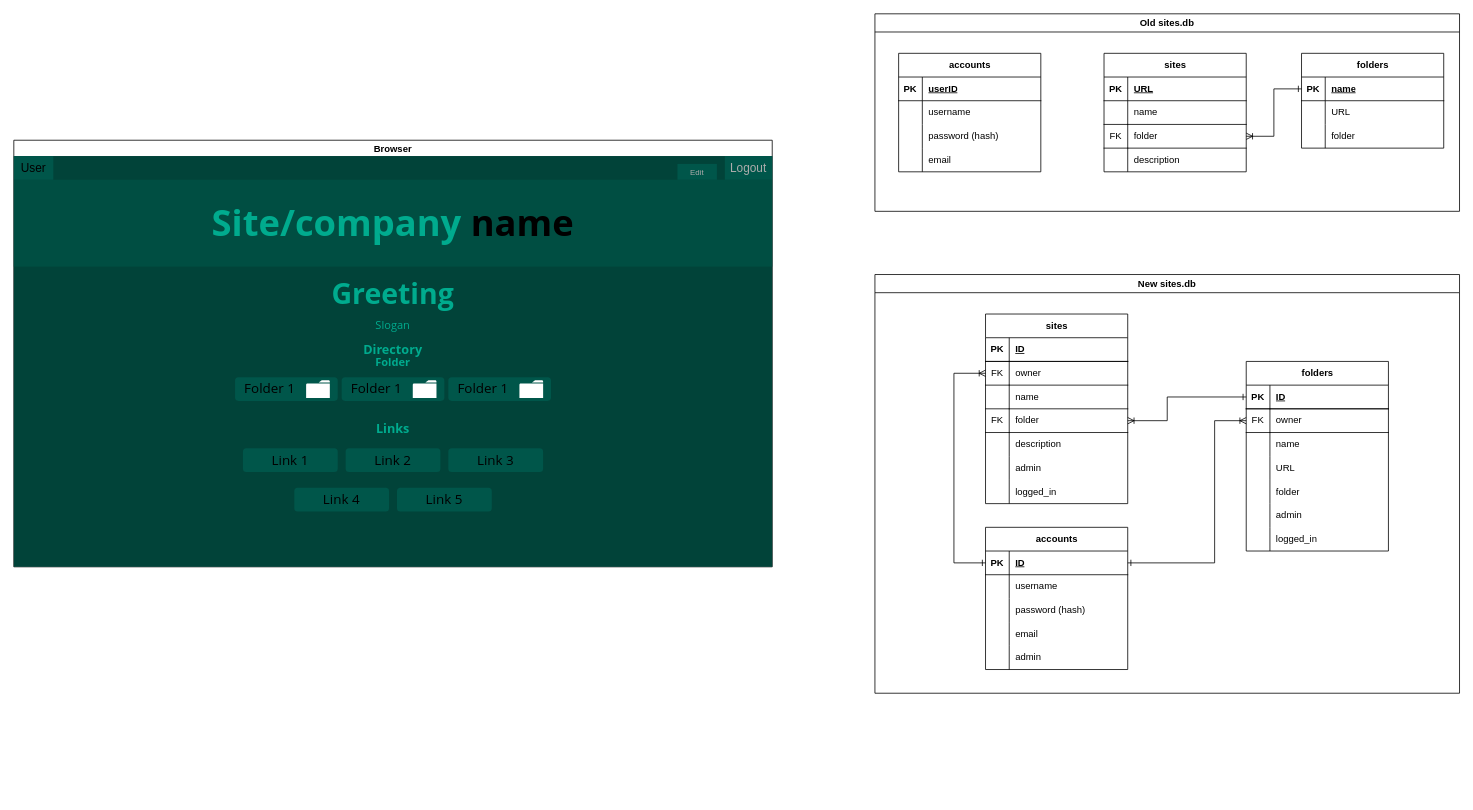
Apple-tree-creator/BHS-Student_Portal-Flask_DB keeps this draw.io diagram as Database Structure.drawio. Above is the earlier version. Source tidied: cells renumbered, new cells numbered last; positions are measured from the earlier drawing's top-left corner, leaving out a move shared by most shapes. Both pictures are drawn from the tidied source at 79%, with x=0, y=0 at pixel (13, 13).
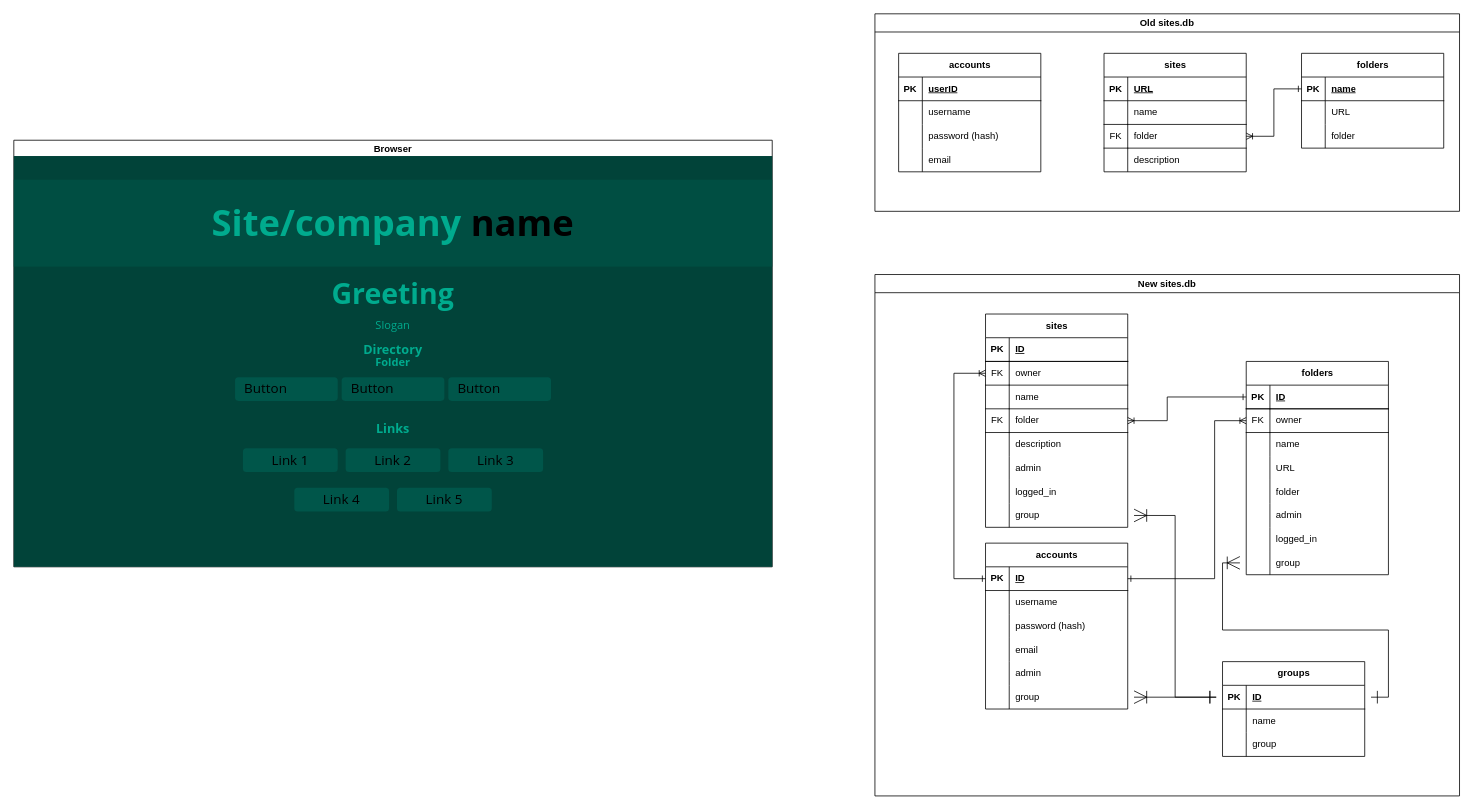
The same diagram, later.

Commit message:
Added groups to planning

The change refers to these unchanged cells:
```xml
<mxCell id="42" style="shape=tableRow;horizontal=0;startSize=0;swimlaneHead=0;swimlaneBody=0;fillColor=none;points=[[0,0.5],[1,0.5]];portConstraint=eastwest;top=0;left=0;right=0;bottom=1;" parent="41" vertex="1">
  <mxGeometry y="30" width="180" height="30" as="geometry" />
</mxCell>
<mxCell id="61" style="shape=tableRow;horizontal=0;startSize=0;swimlaneHead=0;swimlaneBody=0;fillColor=none;points=[[0,0.5],[1,0.5]];portConstraint=eastwest;top=0;left=0;right=0;bottom=0;" parent="57" vertex="1">
  <mxGeometry y="60" width="180" height="30" as="geometry" />
</mxCell>
<mxCell id="83" style="shape=tableRow;horizontal=0;startSize=0;swimlaneHead=0;swimlaneBody=0;fillColor=none;points=[[0,0.5],[1,0.5]];portConstraint=eastwest;top=0;left=0;right=0;bottom=0;" parent="79" vertex="1">
  <mxGeometry y="60" width="180" height="30" as="geometry" />
</mxCell>
<mxCell id="104" value="Browser" style="swimlane;whiteSpace=wrap;html=1;" parent="1" vertex="1">
  <mxGeometry y="160" width="960" height="540" as="geometry" />
</mxCell>
```

What changed in the source:
```diff
@@
     <mxCell id="40" value="New sites.db" style="swimlane;whiteSpace=wrap;html=1;" parent="1" vertex="1">
-      <mxGeometry x="1090" y="330" width="740" height="530" as="geometry" />
+      <mxGeometry x="1090" y="330" width="740" height="660" as="geometry" />
     </mxCell>
     <mxCell id="41" value="accounts" style="shape=table;startSize=30;childLayout=tableLayout;rowLines=0;fontStyle=1;align=center;html=1;" parent="40" vertex="1">
-      <mxGeometry x="140" y="320" width="180" height="180" as="geometry" />
+      <mxGeometry x="140" y="340" width="180" height="210" as="geometry" />
     </mxCell>
@@
+    <mxCell id="127" style="shape=tableRow;horizontal=0;startSize=0;swimlaneHead=0;swimlaneBody=0;fillColor=none;points=[[0,0.5],[1,0.5]];portConstraint=eastwest;top=0;left=0;right=0;bottom=0;" parent="41" vertex="1">
+      <mxGeometry y="180" width="180" height="30" as="geometry" />
+    </mxCell>
+    <mxCell id="128" style="shape=partialRectangle;fillColor=none;top=0;left=0;bottom=0;right=0;overflow=hidden;whiteSpace=wrap;html=1;" parent="127" vertex="1">
+      <mxGeometry width="30" height="30" as="geometry" />
+    </mxCell>
+    <mxCell id="129" value="group" style="shape=partialRectangle;fillColor=none;top=0;left=0;bottom=0;right=0;align=left;spacingLeft=6;overflow=hidden;whiteSpace=wrap;html=1;" parent="127" vertex="1">
+      <mxGeometry x="30" width="150" height="30" as="geometry" />
+    </mxCell>
     <mxCell id="57" value="sites" style="shape=table;startSize=30;childLayout=tableLayout;rowLines=0;fontStyle=1;align=center;html=1;" parent="40" vertex="1">
-      <mxGeometry x="140" y="50" width="180" height="240" as="geometry" />
+      <mxGeometry x="140" y="50" width="180" height="270" as="geometry" />
     </mxCell>
@@
+    <mxCell id="130" style="shape=tableRow;horizontal=0;startSize=0;swimlaneHead=0;swimlaneBody=0;fillColor=none;points=[[0,0.5],[1,0.5]];portConstraint=eastwest;top=0;left=0;right=0;bottom=0;" parent="57" vertex="1">
+      <mxGeometry y="240" width="180" height="30" as="geometry" />
+    </mxCell>
+    <mxCell id="131" style="shape=partialRectangle;fillColor=none;top=0;left=0;bottom=0;right=0;overflow=hidden;whiteSpace=wrap;html=1;" parent="130" vertex="1">
+      <mxGeometry width="30" height="30" as="geometry" />
+    </mxCell>
+    <mxCell id="132" value="group" style="shape=partialRectangle;fillColor=none;top=0;left=0;bottom=0;right=0;align=left;spacingLeft=6;overflow=hidden;whiteSpace=wrap;html=1;" parent="130" vertex="1">
+      <mxGeometry x="30" width="150" height="30" as="geometry" />
+    </mxCell>
     <mxCell id="79" value="folders" style="shape=table;startSize=30;childLayout=tableLayout;rowLines=0;fontStyle=1;align=center;html=1;" parent="40" vertex="1">
-      <mxGeometry x="470" y="110" width="180" height="240" as="geometry" />
+      <mxGeometry x="470" y="110" width="180" height="270" as="geometry" />
     </mxCell>
@@
+    <mxCell id="133" style="shape=tableRow;horizontal=0;startSize=0;swimlaneHead=0;swimlaneBody=0;fillColor=none;points=[[0,0.5],[1,0.5]];portConstraint=eastwest;top=0;left=0;right=0;bottom=0;" parent="79" vertex="1">
+      <mxGeometry y="240" width="180" height="30" as="geometry" />
+    </mxCell>
+    <mxCell id="134" style="shape=partialRectangle;fillColor=none;top=0;left=0;bottom=0;right=0;overflow=hidden;whiteSpace=wrap;html=1;" parent="133" vertex="1">
+      <mxGeometry width="30" height="30" as="geometry" />
+    </mxCell>
+    <mxCell id="135" value="group" style="shape=partialRectangle;fillColor=none;top=0;left=0;bottom=0;right=0;align=left;spacingLeft=6;overflow=hidden;whiteSpace=wrap;html=1;" parent="133" vertex="1">
+      <mxGeometry x="30" width="150" height="30" as="geometry" />
+    </mxCell>
@@
     <mxCell id="102" style="edgeStyle=orthogonalEdgeStyle;rounded=0;jettySize=auto;html=1;entryX=0;entryY=0.5;entryDx=0;entryDy=0;endArrow=ERoneToMany;endFill=0;startArrow=ERone;startFill=0;" parent="40" edge="1" source="42" target="83">
       <mxGeometry relative="1" as="geometry">
         <Array as="points">
-          <mxPoint x="430" y="365" />
+          <mxPoint x="430" y="385" />
           <mxPoint x="430" y="185" />
         </Array>
       </mxGeometry>
     </mxCell>
     <mxCell id="103" style="edgeStyle=orthogonalEdgeStyle;rounded=0;jettySize=auto;html=1;exitX=0;exitY=0.5;exitDx=0;exitDy=0;entryX=0;entryY=0.5;entryDx=0;entryDy=0;endArrow=ERoneToMany;endFill=0;startArrow=ERone;startFill=0;" parent="40" edge="1" source="42" target="61">
       <mxGeometry relative="1" as="geometry">
         <Array as="points">
-          <mxPoint x="100" y="365" />
+          <mxPoint x="100" y="385" />
           <mxPoint x="100" y="125" />
         </Array>
       </mxGeometry>
     </mxCell>
+    <mxCell id="136" value="groups" style="shape=table;startSize=30;childLayout=tableLayout;rowLines=0;fontStyle=1;align=center;html=1;" parent="40" vertex="1">
+      <mxGeometry x="440" y="490" width="180" height="120" as="geometry" />
+    </mxCell>
+    <mxCell id="137" style="shape=tableRow;horizontal=0;startSize=0;swimlaneHead=0;swimlaneBody=0;fillColor=none;points=[[0,0.5],[1,0.5]];portConstraint=eastwest;top=0;left=0;right=0;bottom=1;" parent="136" vertex="1">
+      <mxGeometry y="30" width="180" height="30" as="geometry" />
+    </mxCell>
+    <mxCell id="138" value="PK" style="shape=partialRectangle;fillColor=none;top=0;left=0;bottom=0;right=0;fontStyle=1;overflow=hidden;whiteSpace=wrap;html=1;" parent="137" vertex="1">
+      <mxGeometry width="30" height="30" as="geometry" />
+    </mxCell>
+    <mxCell id="139" value="ID" style="shape=partialRectangle;fillColor=none;top=0;left=0;bottom=0;right=0;align=left;spacingLeft=6;fontStyle=5;overflow=hidden;whiteSpace=wrap;html=1;" parent="137" vertex="1">
+      <mxGeometry x="30" width="150" height="30" as="geometry" />
+    </mxCell>
+    <mxCell id="140" style="shape=tableRow;horizontal=0;startSize=0;swimlaneHead=0;swimlaneBody=0;fillColor=none;top=0;left=0;right=0;bottom=0;" parent="136" vertex="1">
+      <mxGeometry y="60" width="180" height="30" as="geometry" />
+    </mxCell>
+    <mxCell id="141" style="shape=partialRectangle;fillColor=none;top=0;left=0;bottom=0;right=0;overflow=hidden;whiteSpace=wrap;html=1;" parent="140" vertex="1">
+      <mxGeometry width="30" height="30" as="geometry" />
+    </mxCell>
+    <mxCell id="142" value="name" style="shape=partialRectangle;fillColor=none;top=0;left=0;bottom=0;right=0;align=left;spacingLeft=6;overflow=hidden;whiteSpace=wrap;html=1;" parent="140" vertex="1">
+      <mxGeometry x="30" width="150" height="30" as="geometry" />
+    </mxCell>
+    <mxCell id="143" style="shape=tableRow;horizontal=0;startSize=0;swimlaneHead=0;swimlaneBody=0;fillColor=none;top=0;left=0;right=0;bottom=0;" parent="136" vertex="1">
+      <mxGeometry y="90" width="180" height="30" as="geometry" />
+    </mxCell>
+    <mxCell id="144" style="shape=partialRectangle;fillColor=none;top=0;left=0;bottom=0;right=0;overflow=hidden;whiteSpace=wrap;html=1;" parent="143" vertex="1">
+      <mxGeometry width="30" height="30" as="geometry" />
+    </mxCell>
+    <mxCell id="145" value="group" style="shape=partialRectangle;fillColor=none;top=0;left=0;bottom=0;right=0;align=left;spacingLeft=6;overflow=hidden;whiteSpace=wrap;html=1;" parent="143" vertex="1">
+      <mxGeometry x="30" width="150" height="30" as="geometry" />
+    </mxCell>
+    <mxCell id="146" style="edgeStyle=orthogonalEdgeStyle;rounded=0;jettySize=auto;html=1;fontSize=16;startSize=14;endArrow=ERone;endSize=14;sourcePerimeterSpacing=8;targetPerimeterSpacing=8;endFill=0;startArrow=ERoneToMany;startFill=0;" parent="40" edge="1" source="127" target="137">
+      <mxGeometry relative="1" as="geometry" />
+    </mxCell>
+    <mxCell id="147" style="edgeStyle=orthogonalEdgeStyle;rounded=0;jettySize=auto;html=1;fontSize=16;startSize=14;endArrow=ERone;endSize=14;sourcePerimeterSpacing=8;targetPerimeterSpacing=8;endFill=0;startArrow=ERoneToMany;startFill=0;" parent="40" edge="1" source="133" target="137">
+      <mxGeometry relative="1" as="geometry" />
+    </mxCell>
+    <mxCell id="148" style="edgeStyle=orthogonalEdgeStyle;rounded=0;jettySize=auto;html=1;fontSize=16;startSize=14;endArrow=ERone;endSize=14;sourcePerimeterSpacing=8;targetPerimeterSpacing=8;endFill=0;startArrow=ERoneToMany;startFill=0;" parent="40" edge="1" source="130" target="137">
+      <mxGeometry relative="1" as="geometry" />
+    </mxCell>
@@
-    <mxCell id="108" value="&lt;font style=&quot;font-size: 15px;&quot;&gt;User&lt;/font&gt;" style="rounded=0;whiteSpace=wrap;html=1;strokeColor=none;fillColor=#00564A;" parent="104" vertex="1">
-      <mxGeometry y="20" width="50" height="30" as="geometry" />
-    </mxCell>
@@
-    <mxCell id="113" value="&lt;blockquote style=&quot;margin: 0px 0px 0px 10px; border: none; padding: 0px;&quot;&gt;&lt;font face=&quot;open sans&quot; style=&quot;font-size: 17px;&quot;&gt;Folder 1&lt;/font&gt;&lt;/blockquote&gt;" style="rounded=1;whiteSpace=wrap;html=1;strokeColor=none;fillColor=#00564A;align=left;" parent="104" vertex="1">
+    <mxCell id="113" value="&lt;blockquote style=&quot;margin: 0px 0px 0px 10px; border: none; padding: 0px;&quot;&gt;&lt;font face=&quot;open sans&quot; style=&quot;font-size: 17px;&quot;&gt;Button&lt;/font&gt;&lt;/blockquote&gt;" style="rounded=1;whiteSpace=wrap;html=1;strokeColor=none;fillColor=#00564A;align=left;" parent="104" vertex="1">
       <mxGeometry x="280" y="300" width="130" height="30" as="geometry" />
     </mxCell>
-    <mxCell id="114" style="sketch=0;shadow=0;dashed=0;html=1;strokeColor=none;fillColor=#FFFFFF;labelPosition=center;verticalLabelPosition=bottom;verticalAlign=top;align=center;shape=mxgraph.office.concepts.folder;" parent="104" vertex="1">
-      <mxGeometry x="370" y="303.8" width="30" height="22.5" as="geometry" />
-    </mxCell>
@@
-    <mxCell id="119" value="&lt;blockquote style=&quot;margin: 0px 0px 0px 10px; border: none; padding: 0px;&quot;&gt;&lt;font face=&quot;open sans&quot; style=&quot;font-size: 17px;&quot;&gt;Folder 1&lt;/font&gt;&lt;/blockquote&gt;" style="rounded=1;whiteSpace=wrap;html=1;strokeColor=none;fillColor=#00564A;align=left;" parent="104" vertex="1">
+    <mxCell id="119" value="&lt;blockquote style=&quot;margin: 0px 0px 0px 10px; border: none; padding: 0px;&quot;&gt;&lt;span style=&quot;font-family: &amp;quot;open sans&amp;quot;; font-size: 17px;&quot;&gt;Button&lt;/span&gt;&lt;/blockquote&gt;" style="rounded=1;whiteSpace=wrap;html=1;strokeColor=none;fillColor=#00564A;align=left;" parent="104" vertex="1">
       <mxGeometry x="415" y="300" width="130" height="30" as="geometry" />
     </mxCell>
-    <mxCell id="120" style="sketch=0;shadow=0;dashed=0;html=1;strokeColor=none;fillColor=#FFFFFF;labelPosition=center;verticalLabelPosition=bottom;verticalAlign=top;align=center;shape=mxgraph.office.concepts.folder;" parent="104" vertex="1">
-      <mxGeometry x="505" y="303.8" width="30" height="22.5" as="geometry" />
-    </mxCell>
-    <mxCell id="121" value="&lt;blockquote style=&quot;margin: 0px 0px 0px 10px; border: none; padding: 0px;&quot;&gt;&lt;font face=&quot;open sans&quot; style=&quot;font-size: 17px;&quot;&gt;Folder 1&lt;/font&gt;&lt;/blockquote&gt;" style="rounded=1;whiteSpace=wrap;html=1;strokeColor=none;fillColor=#00564A;align=left;" parent="104" vertex="1">
+    <mxCell id="121" value="&lt;blockquote style=&quot;margin: 0px 0px 0px 10px; border: none; padding: 0px;&quot;&gt;&lt;span style=&quot;font-family: &amp;quot;open sans&amp;quot;; font-size: 17px;&quot;&gt;Button&lt;/span&gt;&lt;/blockquote&gt;" style="rounded=1;whiteSpace=wrap;html=1;strokeColor=none;fillColor=#00564A;align=left;" parent="104" vertex="1">
       <mxGeometry x="550" y="300" width="130" height="30" as="geometry" />
     </mxCell>
-    <mxCell id="122" style="sketch=0;shadow=0;dashed=0;html=1;strokeColor=none;fillColor=#FFFFFF;labelPosition=center;verticalLabelPosition=bottom;verticalAlign=top;align=center;shape=mxgraph.office.concepts.folder;" parent="104" vertex="1">
-      <mxGeometry x="640" y="303.8" width="30" height="22.5" as="geometry" />
-    </mxCell>
@@
-    <mxCell id="125" value="&lt;font style=&quot;font-size: 15px; color: rgb(172, 172, 172);&quot;&gt;Logout&lt;/font&gt;" style="rounded=0;whiteSpace=wrap;html=1;strokeColor=none;fillColor=#00564A;" parent="104" vertex="1">
-      <mxGeometry x="900" y="20" width="60" height="30" as="geometry" />
-    </mxCell>
-    <mxCell id="126" value="&lt;font style=&quot;color: rgb(172, 172, 172); font-size: 10px;&quot;&gt;Edit&lt;/font&gt;" style="rounded=0;whiteSpace=wrap;html=1;strokeColor=none;fillColor=#00564A;" parent="104" vertex="1">
-      <mxGeometry x="840" y="30" width="50" height="20" as="geometry" />
-    </mxCell>
```
